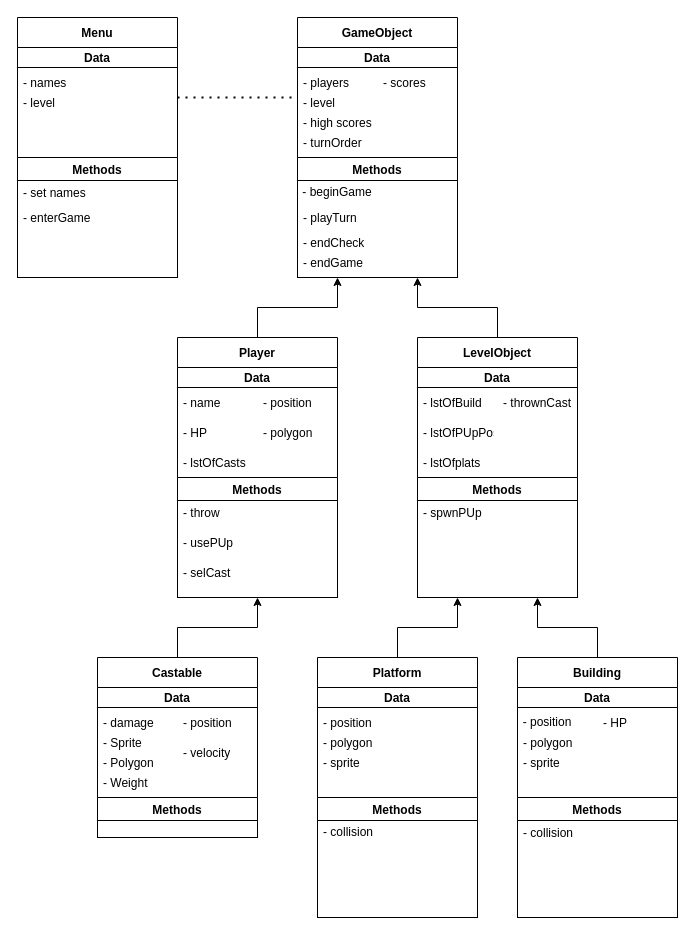
Earlier version of the draw.io diagram DrawIODiagrammer/ProgramObjects.drawio (jona605a/02121-Projekt-Gorillas-Grp8). Source tidied: cells renumbered, new cells numbered last; positions are measured from the earlier drawing's top-left corner, leaving out a move shared by most shapes. Both pictures are drawn from the tidied source at 100%, with x=0, y=0 at pixel (17, 17).
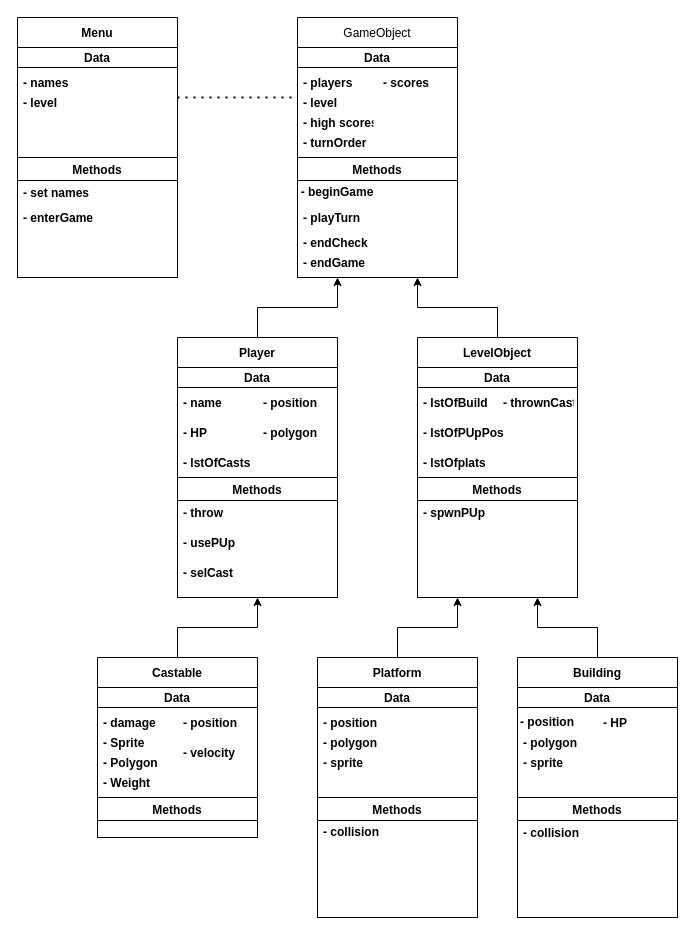
After the change.

The change refers to these unchanged cells:
```xml
<mxCell id="4" value="Data" style="swimlane;startSize=20;" parent="3" vertex="1">
  <mxGeometry y="30" width="160" height="150" as="geometry" />
</mxCell>
<mxCell id="14" value="Data" style="swimlane;startSize=20;" parent="13" vertex="1">
  <mxGeometry y="30" width="160" height="230" as="geometry" />
</mxCell>
<mxCell id="15" value="Methods" style="swimlane;" parent="14" vertex="1">
  <mxGeometry y="110" width="160" height="120" as="geometry" />
</mxCell>
<mxCell id="25" value="Data" style="swimlane;startSize=20;" parent="24" vertex="1">
  <mxGeometry y="30" width="160" height="230" as="geometry" />
</mxCell>
<mxCell id="26" value="Methods" style="swimlane;" parent="25" vertex="1">
  <mxGeometry y="110" width="160" height="120" as="geometry" />
</mxCell>
<mxCell id="38" value="Data" style="swimlane;startSize=20;" parent="37" vertex="1">
  <mxGeometry y="30" width="160" height="230" as="geometry" />
</mxCell>
<mxCell id="39" value="Methods" style="swimlane;" parent="38" vertex="1">
  <mxGeometry y="110" width="160" height="120" as="geometry" />
</mxCell>
<mxCell id="47" value="Data" style="swimlane;startSize=20;" parent="46" vertex="1">
  <mxGeometry y="30" width="160" height="230" as="geometry" />
</mxCell>
<mxCell id="48" value="Methods" style="swimlane;" parent="47" vertex="1">
  <mxGeometry y="110" width="160" height="120" as="geometry" />
</mxCell>
<mxCell id="56" value="Data" style="swimlane;startSize=20;" parent="55" vertex="1">
  <mxGeometry y="30" width="160" height="230" as="geometry" />
</mxCell>
<mxCell id="57" value="Methods" style="swimlane;" parent="56" vertex="1">
  <mxGeometry y="110" width="160" height="120" as="geometry" />
</mxCell>
<mxCell id="63" value="Data" style="swimlane;startSize=20;" parent="62" vertex="1">
  <mxGeometry y="30" width="160" height="230" as="geometry" />
</mxCell>
<mxCell id="64" value="Methods" style="swimlane;" parent="63" vertex="1">
  <mxGeometry y="110" width="160" height="120" as="geometry" />
</mxCell>
```

The edit, as a diff of the source:
```diff
@@
-    <mxCell id="6" value="- damage" style="text;strokeColor=none;fillColor=none;align=left;verticalAlign=middle;spacingLeft=4;spacingRight=4;overflow=hidden;" parent="4" vertex="1">
+    <mxCell id="6" value="- damage" style="text;strokeColor=none;fillColor=none;align=left;verticalAlign=middle;spacingLeft=4;spacingRight=4;overflow=hidden;fontStyle=1;" parent="4" vertex="1">
       <mxGeometry y="20" width="80" height="30" as="geometry" />
     </mxCell>
-    <mxCell id="7" value="- Sprite" style="text;strokeColor=none;fillColor=none;align=left;verticalAlign=middle;spacingLeft=4;spacingRight=4;overflow=hidden;" parent="4" vertex="1">
+    <mxCell id="7" value="- Sprite" style="text;strokeColor=none;fillColor=none;align=left;verticalAlign=middle;spacingLeft=4;spacingRight=4;overflow=hidden;fontStyle=1;" parent="4" vertex="1">
       <mxGeometry y="40" width="80" height="30" as="geometry" />
     </mxCell>
-    <mxCell id="8" value="- Polygon" style="text;strokeColor=none;fillColor=none;align=left;verticalAlign=middle;spacingLeft=4;spacingRight=4;overflow=hidden;" parent="4" vertex="1">
+    <mxCell id="8" value="- Polygon" style="text;strokeColor=none;fillColor=none;align=left;verticalAlign=middle;spacingLeft=4;spacingRight=4;overflow=hidden;fontStyle=1;" parent="4" vertex="1">
       <mxGeometry y="60" width="80" height="30" as="geometry" />
     </mxCell>
-    <mxCell id="9" value="- Weight" style="text;strokeColor=none;fillColor=none;align=left;verticalAlign=middle;spacingLeft=4;spacingRight=4;overflow=hidden;" parent="4" vertex="1">
+    <mxCell id="9" value="- Weight" style="text;strokeColor=none;fillColor=none;align=left;verticalAlign=middle;spacingLeft=4;spacingRight=4;overflow=hidden;fontStyle=1;" parent="4" vertex="1">
       <mxGeometry y="80" width="80" height="30" as="geometry" />
     </mxCell>
-    <mxCell id="10" value="- position" style="text;strokeColor=none;fillColor=none;align=left;verticalAlign=middle;spacingLeft=4;spacingRight=4;overflow=hidden;" parent="4" vertex="1">
+    <mxCell id="10" value="- position" style="text;strokeColor=none;fillColor=none;align=left;verticalAlign=middle;spacingLeft=4;spacingRight=4;overflow=hidden;fontStyle=1;" parent="4" vertex="1">
       <mxGeometry x="80" y="20" width="80" height="30" as="geometry" />
     </mxCell>
-    <mxCell id="11" value="- velocity" style="text;strokeColor=none;fillColor=none;align=left;verticalAlign=middle;spacingLeft=4;spacingRight=4;overflow=hidden;" parent="4" vertex="1">
+    <mxCell id="11" value="- velocity" style="text;strokeColor=none;fillColor=none;align=left;verticalAlign=middle;spacingLeft=4;spacingRight=4;overflow=hidden;fontStyle=1;" parent="4" vertex="1">
       <mxGeometry x="80" y="50" width="80" height="30" as="geometry" />
     </mxCell>
@@
-    <mxCell id="16" value="- throw" style="text;strokeColor=none;fillColor=none;align=left;verticalAlign=middle;spacingLeft=4;spacingRight=4;overflow=hidden;" parent="15" vertex="1">
+    <mxCell id="16" value="- throw" style="text;strokeColor=none;fillColor=none;align=left;verticalAlign=middle;spacingLeft=4;spacingRight=4;overflow=hidden;fontStyle=1;" parent="15" vertex="1">
       <mxGeometry y="20" width="80" height="30" as="geometry" />
     </mxCell>
-    <mxCell id="17" value="- usePUp" style="text;strokeColor=none;fillColor=none;align=left;verticalAlign=middle;spacingLeft=4;spacingRight=4;overflow=hidden;" parent="15" vertex="1">
+    <mxCell id="17" value="- usePUp" style="text;strokeColor=none;fillColor=none;align=left;verticalAlign=middle;spacingLeft=4;spacingRight=4;overflow=hidden;fontStyle=1;" parent="15" vertex="1">
       <mxGeometry y="50" width="80" height="30" as="geometry" />
     </mxCell>
-    <mxCell id="18" value="- selCast" style="text;strokeColor=none;fillColor=none;align=left;verticalAlign=middle;spacingLeft=4;spacingRight=4;overflow=hidden;" parent="15" vertex="1">
+    <mxCell id="18" value="- selCast" style="text;strokeColor=none;fillColor=none;align=left;verticalAlign=middle;spacingLeft=4;spacingRight=4;overflow=hidden;fontStyle=1;" parent="15" vertex="1">
       <mxGeometry y="80" width="80" height="30" as="geometry" />
     </mxCell>
-    <mxCell id="19" value="- name" style="text;strokeColor=none;fillColor=none;align=left;verticalAlign=middle;spacingLeft=4;spacingRight=4;overflow=hidden;" parent="14" vertex="1">
+    <mxCell id="19" value="- name" style="text;strokeColor=none;fillColor=none;align=left;verticalAlign=middle;spacingLeft=4;spacingRight=4;overflow=hidden;fontStyle=1;" parent="14" vertex="1">
       <mxGeometry y="20" width="80" height="30" as="geometry" />
     </mxCell>
-    <mxCell id="20" value="- HP" style="text;strokeColor=none;fillColor=none;align=left;verticalAlign=middle;spacingLeft=4;spacingRight=4;overflow=hidden;" parent="14" vertex="1">
+    <mxCell id="20" value="- HP" style="text;strokeColor=none;fillColor=none;align=left;verticalAlign=middle;spacingLeft=4;spacingRight=4;overflow=hidden;fontStyle=1;" parent="14" vertex="1">
       <mxGeometry y="50" width="80" height="30" as="geometry" />
     </mxCell>
-    <mxCell id="21" value="- lstOfCasts" style="text;strokeColor=none;fillColor=none;align=left;verticalAlign=middle;spacingLeft=4;spacingRight=4;overflow=hidden;" parent="14" vertex="1">
+    <mxCell id="21" value="- lstOfCasts" style="text;strokeColor=none;fillColor=none;align=left;verticalAlign=middle;spacingLeft=4;spacingRight=4;overflow=hidden;fontStyle=1;" parent="14" vertex="1">
       <mxGeometry y="80" width="80" height="30" as="geometry" />
     </mxCell>
-    <mxCell id="22" value="- position" style="text;strokeColor=none;fillColor=none;align=left;verticalAlign=middle;spacingLeft=4;spacingRight=4;overflow=hidden;" parent="14" vertex="1">
+    <mxCell id="22" value="- position" style="text;strokeColor=none;fillColor=none;align=left;verticalAlign=middle;spacingLeft=4;spacingRight=4;overflow=hidden;fontStyle=1;" parent="14" vertex="1">
       <mxGeometry x="80" y="20" width="80" height="30" as="geometry" />
     </mxCell>
-    <mxCell id="23" value="- polygon" style="text;strokeColor=none;fillColor=none;align=left;verticalAlign=middle;spacingLeft=4;spacingRight=4;overflow=hidden;" parent="14" vertex="1">
+    <mxCell id="23" value="- polygon" style="text;strokeColor=none;fillColor=none;align=left;verticalAlign=middle;spacingLeft=4;spacingRight=4;overflow=hidden;fontStyle=1;" parent="14" vertex="1">
       <mxGeometry x="80" y="50" width="80" height="30" as="geometry" />
     </mxCell>
-    <mxCell id="24" value="GameObject" style="swimlane;fontStyle=1;horizontal=1;startSize=30;" parent="1" vertex="1">
+    <mxCell id="24" value="GameObject" style="swimlane;fontStyle=0;horizontal=1;startSize=30;" parent="1" vertex="1">
       <mxGeometry x="280" width="160" height="260" as="geometry" />
     </mxCell>
@@
-    <mxCell id="27" value="- beginGame" style="text;html=1;strokeColor=none;fillColor=none;align=center;verticalAlign=middle;whiteSpace=wrap;rounded=0;" parent="26" vertex="1">
+    <mxCell id="27" value="&lt;b&gt;- beginGame&lt;/b&gt;" style="text;html=1;strokeColor=none;fillColor=none;align=center;verticalAlign=middle;whiteSpace=wrap;rounded=0;" parent="26" vertex="1">
       <mxGeometry y="20" width="80" height="30" as="geometry" />
     </mxCell>
-    <mxCell id="28" value="- playTurn" style="text;strokeColor=none;fillColor=none;align=left;verticalAlign=middle;spacingLeft=4;spacingRight=4;overflow=hidden;" parent="26" vertex="1">
+    <mxCell id="28" value="- playTurn" style="text;strokeColor=none;fillColor=none;align=left;verticalAlign=middle;spacingLeft=4;spacingRight=4;overflow=hidden;fontStyle=1;" parent="26" vertex="1">
       <mxGeometry y="45" width="80" height="30" as="geometry" />
     </mxCell>
-    <mxCell id="29" value="- endCheck" style="text;strokeColor=none;fillColor=none;align=left;verticalAlign=middle;spacingLeft=4;spacingRight=4;overflow=hidden;" parent="26" vertex="1">
+    <mxCell id="29" value="- endCheck" style="text;strokeColor=none;fillColor=none;align=left;verticalAlign=middle;spacingLeft=4;spacingRight=4;overflow=hidden;fontStyle=1;" parent="26" vertex="1">
       <mxGeometry y="70" width="80" height="30" as="geometry" />
     </mxCell>
-    <mxCell id="30" value="- endGame" style="text;strokeColor=none;fillColor=none;align=left;verticalAlign=middle;spacingLeft=4;spacingRight=4;overflow=hidden;" parent="26" vertex="1">
+    <mxCell id="30" value="- endGame" style="text;strokeColor=none;fillColor=none;align=left;verticalAlign=middle;spacingLeft=4;spacingRight=4;overflow=hidden;fontStyle=1;" parent="26" vertex="1">
       <mxGeometry y="90" width="80" height="30" as="geometry" />
     </mxCell>
-    <mxCell id="31" value="- players" style="text;strokeColor=none;fillColor=none;align=left;verticalAlign=middle;spacingLeft=4;spacingRight=4;overflow=hidden;" parent="25" vertex="1">
+    <mxCell id="31" value="- players" style="text;strokeColor=none;fillColor=none;align=left;verticalAlign=middle;spacingLeft=4;spacingRight=4;overflow=hidden;fontStyle=1;" parent="25" vertex="1">
       <mxGeometry y="20" width="80" height="30" as="geometry" />
     </mxCell>
-    <mxCell id="32" value="- level" style="text;strokeColor=none;fillColor=none;align=left;verticalAlign=middle;spacingLeft=4;spacingRight=4;overflow=hidden;points=[[0,0.5],[1,0.5]];portConstraint=eastwest;" parent="25" vertex="1">
+    <mxCell id="32" value="- level" style="text;strokeColor=none;fillColor=none;align=left;verticalAlign=middle;spacingLeft=4;spacingRight=4;overflow=hidden;points=[[0,0.5],[1,0.5]];portConstraint=eastwest;fontStyle=1;" parent="25" vertex="1">
       <mxGeometry y="40" width="80" height="30" as="geometry" />
     </mxCell>
-    <mxCell id="33" value="- high scores" style="text;strokeColor=none;fillColor=none;align=left;verticalAlign=middle;spacingLeft=4;spacingRight=4;overflow=hidden;" parent="25" vertex="1">
+    <mxCell id="33" value="- high scores" style="text;strokeColor=none;fillColor=none;align=left;verticalAlign=middle;spacingLeft=4;spacingRight=4;overflow=hidden;fontStyle=1;" parent="25" vertex="1">
       <mxGeometry y="60" width="80" height="30" as="geometry" />
     </mxCell>
-    <mxCell id="34" value="- turnOrder" style="text;strokeColor=none;fillColor=none;align=left;verticalAlign=middle;spacingLeft=4;spacingRight=4;overflow=hidden;" parent="25" vertex="1">
+    <mxCell id="34" value="- turnOrder" style="text;strokeColor=none;fillColor=none;align=left;verticalAlign=middle;spacingLeft=4;spacingRight=4;overflow=hidden;fontStyle=1;" parent="25" vertex="1">
       <mxGeometry y="80" width="80" height="30" as="geometry" />
     </mxCell>
-    <mxCell id="35" value="- scores" style="text;strokeColor=none;fillColor=none;align=left;verticalAlign=middle;spacingLeft=4;spacingRight=4;overflow=hidden;" parent="25" vertex="1">
+    <mxCell id="35" value="- scores" style="text;strokeColor=none;fillColor=none;align=left;verticalAlign=middle;spacingLeft=4;spacingRight=4;overflow=hidden;fontStyle=1;" parent="25" vertex="1">
       <mxGeometry x="80" y="20" width="80" height="30" as="geometry" />
     </mxCell>
@@
-    <mxCell id="40" value="- spwnPUp" style="text;strokeColor=none;fillColor=none;align=left;verticalAlign=middle;spacingLeft=4;spacingRight=4;overflow=hidden;" parent="39" vertex="1">
+    <mxCell id="40" value="- spwnPUp" style="text;strokeColor=none;fillColor=none;align=left;verticalAlign=middle;spacingLeft=4;spacingRight=4;overflow=hidden;fontStyle=1;" parent="39" vertex="1">
       <mxGeometry y="20" width="80" height="30" as="geometry" />
     </mxCell>
-    <mxCell id="41" value="- lstOfBuild" style="text;strokeColor=none;fillColor=none;align=left;verticalAlign=middle;spacingLeft=4;spacingRight=4;overflow=hidden;" parent="38" vertex="1">
+    <mxCell id="41" value="- lstOfBuild" style="text;strokeColor=none;fillColor=none;align=left;verticalAlign=middle;spacingLeft=4;spacingRight=4;overflow=hidden;fontStyle=1;" parent="38" vertex="1">
       <mxGeometry y="20" width="80" height="30" as="geometry" />
     </mxCell>
-    <mxCell id="42" value="- lstOfPUpPos" style="text;strokeColor=none;fillColor=none;align=left;verticalAlign=middle;spacingLeft=4;spacingRight=4;overflow=hidden;" parent="38" vertex="1">
-      <mxGeometry y="50" width="80" height="30" as="geometry" />
+    <mxCell id="42" value="- lstOfPUpPos" style="text;strokeColor=none;fillColor=none;align=left;verticalAlign=middle;spacingLeft=4;spacingRight=4;overflow=hidden;fontStyle=1;" parent="38" vertex="1">
+      <mxGeometry y="50" width="90" height="30" as="geometry" />
     </mxCell>
-    <mxCell id="43" value="- lstOfplats" style="text;strokeColor=none;fillColor=none;align=left;verticalAlign=middle;spacingLeft=4;spacingRight=4;overflow=hidden;" parent="38" vertex="1">
+    <mxCell id="43" value="- lstOfplats" style="text;strokeColor=none;fillColor=none;align=left;verticalAlign=middle;spacingLeft=4;spacingRight=4;overflow=hidden;fontStyle=1;" parent="38" vertex="1">
       <mxGeometry y="80" width="80" height="30" as="geometry" />
     </mxCell>
-    <mxCell id="44" value="- thrownCast" style="text;strokeColor=none;fillColor=none;align=left;verticalAlign=middle;spacingLeft=4;spacingRight=4;overflow=hidden;" parent="38" vertex="1">
+    <mxCell id="44" value="- thrownCast" style="text;strokeColor=none;fillColor=none;align=left;verticalAlign=middle;spacingLeft=4;spacingRight=4;overflow=hidden;fontStyle=1;" parent="38" vertex="1">
       <mxGeometry x="80" y="20" width="80" height="30" as="geometry" />
     </mxCell>
@@
-    <mxCell id="49" value="- collision" style="text;strokeColor=none;fillColor=none;align=left;verticalAlign=middle;spacingLeft=4;spacingRight=4;overflow=hidden;" parent="48" vertex="1">
+    <mxCell id="49" value="- collision" style="text;strokeColor=none;fillColor=none;align=left;verticalAlign=middle;spacingLeft=4;spacingRight=4;overflow=hidden;fontStyle=1;" parent="48" vertex="1">
       <mxGeometry y="20" width="80" height="30" as="geometry" />
     </mxCell>
-    <mxCell id="50" value="- position" style="text;html=1;strokeColor=none;fillColor=none;align=center;verticalAlign=middle;whiteSpace=wrap;rounded=0;" parent="47" vertex="1">
+    <mxCell id="50" value="&lt;b&gt;- position&lt;/b&gt;" style="text;html=1;strokeColor=none;fillColor=none;align=center;verticalAlign=middle;whiteSpace=wrap;rounded=0;" parent="47" vertex="1">
       <mxGeometry y="20" width="60" height="30" as="geometry" />
     </mxCell>
-    <mxCell id="51" value="- polygon" style="text;strokeColor=none;fillColor=none;align=left;verticalAlign=middle;spacingLeft=4;spacingRight=4;overflow=hidden;" parent="47" vertex="1">
+    <mxCell id="51" value="- polygon" style="text;strokeColor=none;fillColor=none;align=left;verticalAlign=middle;spacingLeft=4;spacingRight=4;overflow=hidden;fontStyle=1;" parent="47" vertex="1">
       <mxGeometry y="40" width="80" height="30" as="geometry" />
     </mxCell>
-    <mxCell id="52" value="- sprite" style="text;strokeColor=none;fillColor=none;align=left;verticalAlign=middle;spacingLeft=4;spacingRight=4;overflow=hidden;" parent="47" vertex="1">
+    <mxCell id="52" value="- sprite" style="text;strokeColor=none;fillColor=none;align=left;verticalAlign=middle;spacingLeft=4;spacingRight=4;overflow=hidden;fontStyle=1;" parent="47" vertex="1">
       <mxGeometry y="60" width="80" height="30" as="geometry" />
     </mxCell>
-    <mxCell id="53" value="- HP" style="text;strokeColor=none;fillColor=none;align=left;verticalAlign=middle;spacingLeft=4;spacingRight=4;overflow=hidden;" parent="47" vertex="1">
+    <mxCell id="53" value="- HP" style="text;strokeColor=none;fillColor=none;align=left;verticalAlign=middle;spacingLeft=4;spacingRight=4;overflow=hidden;fontStyle=1;" parent="47" vertex="1">
       <mxGeometry x="80" y="20" width="80" height="30" as="geometry" />
     </mxCell>
@@
-    <mxCell id="58" value="- collision" style="text;strokeColor=none;fillColor=none;align=left;verticalAlign=middle;spacingLeft=4;spacingRight=4;overflow=hidden;whiteSpace=wrap;" parent="57" vertex="1">
+    <mxCell id="58" value="- collision" style="text;strokeColor=none;fillColor=none;align=left;verticalAlign=middle;spacingLeft=4;spacingRight=4;overflow=hidden;whiteSpace=wrap;fontStyle=1;" parent="57" vertex="1">
       <mxGeometry y="20" width="80" height="30" as="geometry" />
     </mxCell>
-    <mxCell id="59" value="- position" style="text;strokeColor=none;fillColor=none;align=left;verticalAlign=middle;spacingLeft=4;spacingRight=4;overflow=hidden;" parent="56" vertex="1">
+    <mxCell id="59" value="- position" style="text;strokeColor=none;fillColor=none;align=left;verticalAlign=middle;spacingLeft=4;spacingRight=4;overflow=hidden;fontStyle=1;" parent="56" vertex="1">
       <mxGeometry y="20" width="80" height="30" as="geometry" />
     </mxCell>
-    <mxCell id="60" value="- polygon" style="text;strokeColor=none;fillColor=none;align=left;verticalAlign=middle;spacingLeft=4;spacingRight=4;overflow=hidden;" parent="56" vertex="1">
+    <mxCell id="60" value="- polygon" style="text;strokeColor=none;fillColor=none;align=left;verticalAlign=middle;spacingLeft=4;spacingRight=4;overflow=hidden;fontStyle=1;" parent="56" vertex="1">
       <mxGeometry y="40" width="80" height="30" as="geometry" />
     </mxCell>
-    <mxCell id="61" value="- sprite" style="text;strokeColor=none;fillColor=none;align=left;verticalAlign=middle;spacingLeft=4;spacingRight=4;overflow=hidden;" parent="56" vertex="1">
+    <mxCell id="61" value="- sprite" style="text;strokeColor=none;fillColor=none;align=left;verticalAlign=middle;spacingLeft=4;spacingRight=4;overflow=hidden;fontStyle=1;" parent="56" vertex="1">
       <mxGeometry y="60" width="80" height="30" as="geometry" />
     </mxCell>
@@
-    <mxCell id="65" value="- set names" style="text;strokeColor=none;fillColor=none;align=left;verticalAlign=middle;spacingLeft=4;spacingRight=4;overflow=hidden;" parent="64" vertex="1">
+    <mxCell id="65" value="- set names" style="text;strokeColor=none;fillColor=none;align=left;verticalAlign=middle;spacingLeft=4;spacingRight=4;overflow=hidden;fontStyle=1;" parent="64" vertex="1">
       <mxGeometry y="20" width="80" height="30" as="geometry" />
     </mxCell>
-    <mxCell id="66" value="- enterGame" style="text;strokeColor=none;fillColor=none;align=left;verticalAlign=middle;spacingLeft=4;spacingRight=4;overflow=hidden;" parent="64" vertex="1">
+    <mxCell id="66" value="- enterGame" style="text;strokeColor=none;fillColor=none;align=left;verticalAlign=middle;spacingLeft=4;spacingRight=4;overflow=hidden;fontStyle=1;" parent="64" vertex="1">
       <mxGeometry y="45" width="80" height="30" as="geometry" />
     </mxCell>
-    <mxCell id="67" value="- names" style="text;strokeColor=none;fillColor=none;align=left;verticalAlign=middle;spacingLeft=4;spacingRight=4;overflow=hidden;" parent="63" vertex="1">
+    <mxCell id="67" value="- names" style="text;strokeColor=none;fillColor=none;align=left;verticalAlign=middle;spacingLeft=4;spacingRight=4;overflow=hidden;fontStyle=1;" parent="63" vertex="1">
       <mxGeometry y="20" width="80" height="30" as="geometry" />
     </mxCell>
-    <mxCell id="68" value="- level" style="text;strokeColor=none;fillColor=none;align=left;verticalAlign=middle;spacingLeft=4;spacingRight=4;overflow=hidden;" parent="63" vertex="1">
+    <mxCell id="68" value="- level" style="text;strokeColor=none;fillColor=none;align=left;verticalAlign=middle;spacingLeft=4;spacingRight=4;overflow=hidden;fontStyle=1;" parent="63" vertex="1">
       <mxGeometry y="40" width="80" height="30" as="geometry" />
     </mxCell>
```
